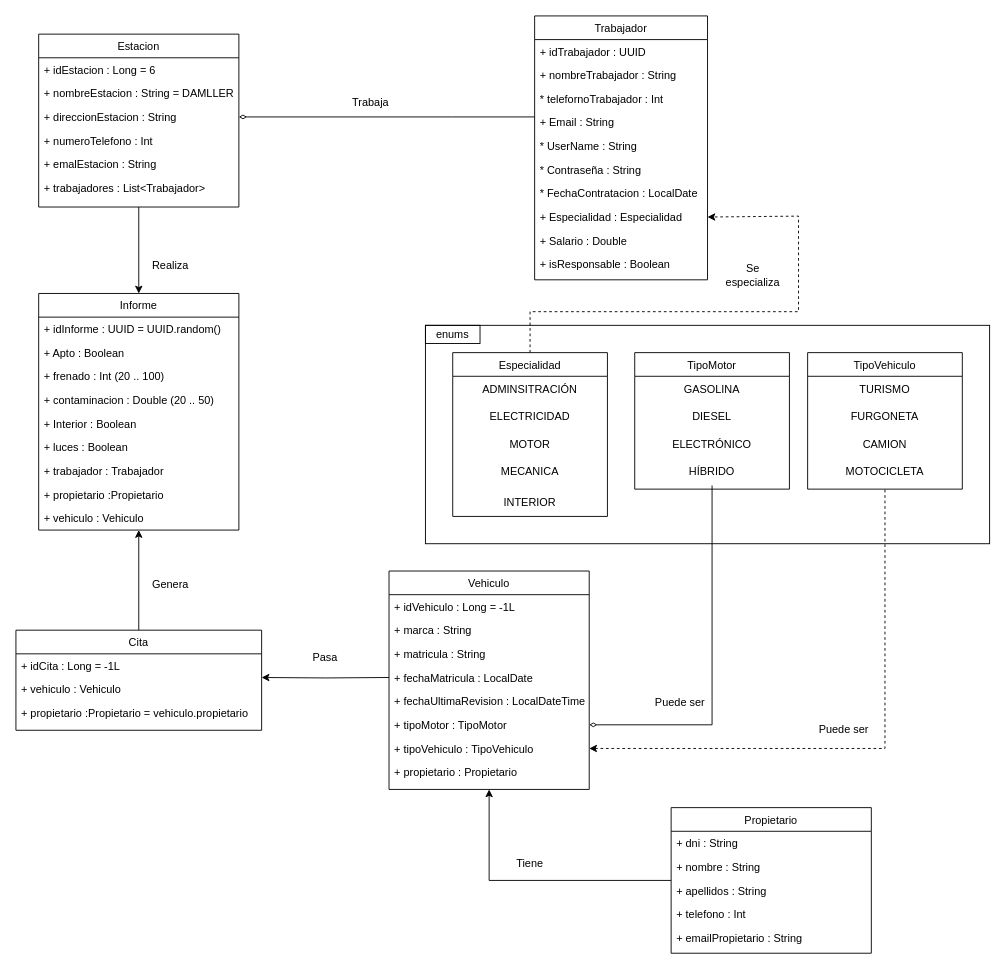
Above: Diagramas/Entornos/Diagrama_de_clase.drawio in AlvaroDVA/Proyecto_ITV (draw.io), before the change. Source tidied: cells renumbered, new cells numbered last; positions are measured from the earlier drawing's top-left corner, leaving out a move shared by most shapes. Both pictures are drawn from the tidied source at 91%, with x=0, y=0 at pixel (15, 15).
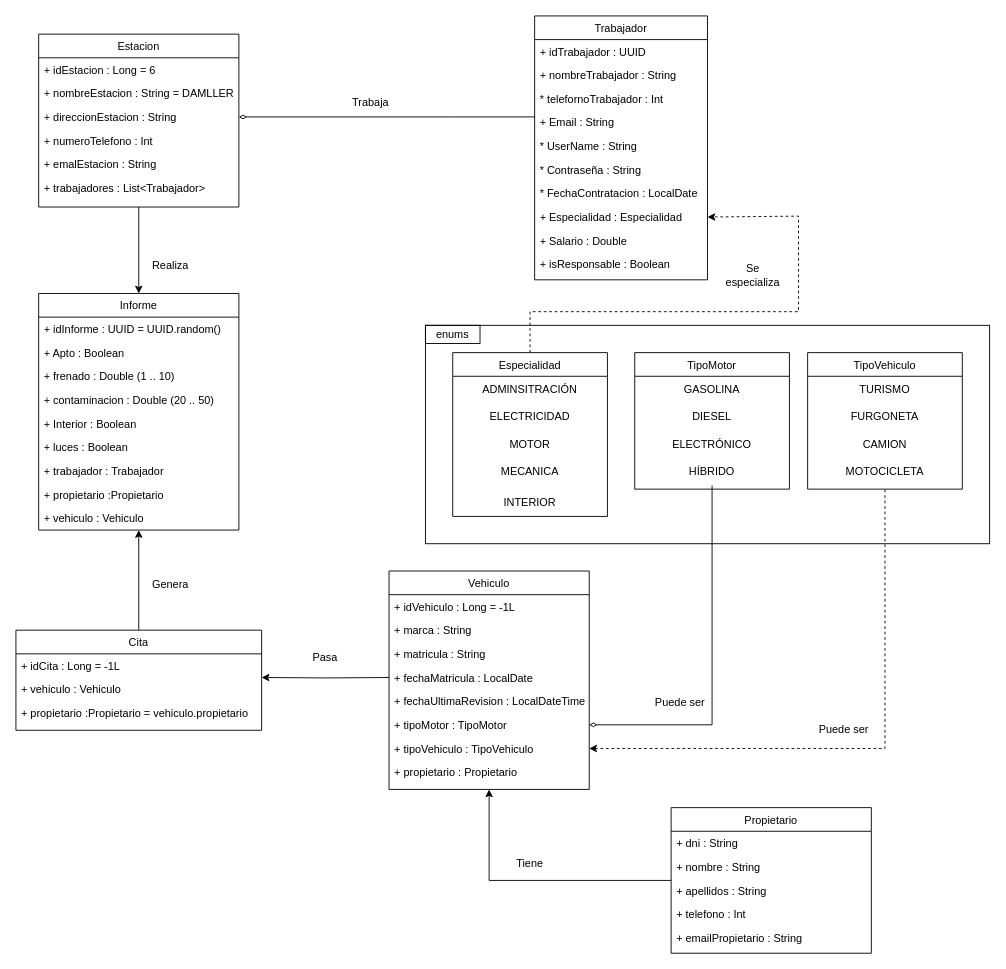
After the change.

Commit message (it also covers changes not shown here):
Diagrama Clases Fix 1

Corregido error de frenado en la tabla informes

The change refers to these unchanged cells:
```xml
<mxCell id="70" value="Informe" style="swimlane;fontStyle=0;align=center;verticalAlign=top;horizontal=1;startSize=26;rounded=0;shadow=0;strokeWidth=1;" parent="1" vertex="1">
  <mxGeometry x="25" y="305" width="220" height="260" as="geometry" />
</mxCell>
```

What changed in the source:
```diff
@@
-    <mxCell id="73" value="+ frenado : Int (20 .. 100)" style="text;align=left;verticalAlign=top;spacingLeft=4;spacingRight=4;overflow=hidden;rounded=0;shadow=0;html=0;" parent="70" vertex="1">
+    <mxCell id="73" value="+ frenado : Double (1 .. 10)" style="text;align=left;verticalAlign=top;spacingLeft=4;spacingRight=4;overflow=hidden;rounded=0;shadow=0;html=0;" parent="70" vertex="1">
       <mxGeometry y="78" width="220" height="26" as="geometry" />
     </mxCell>
```
